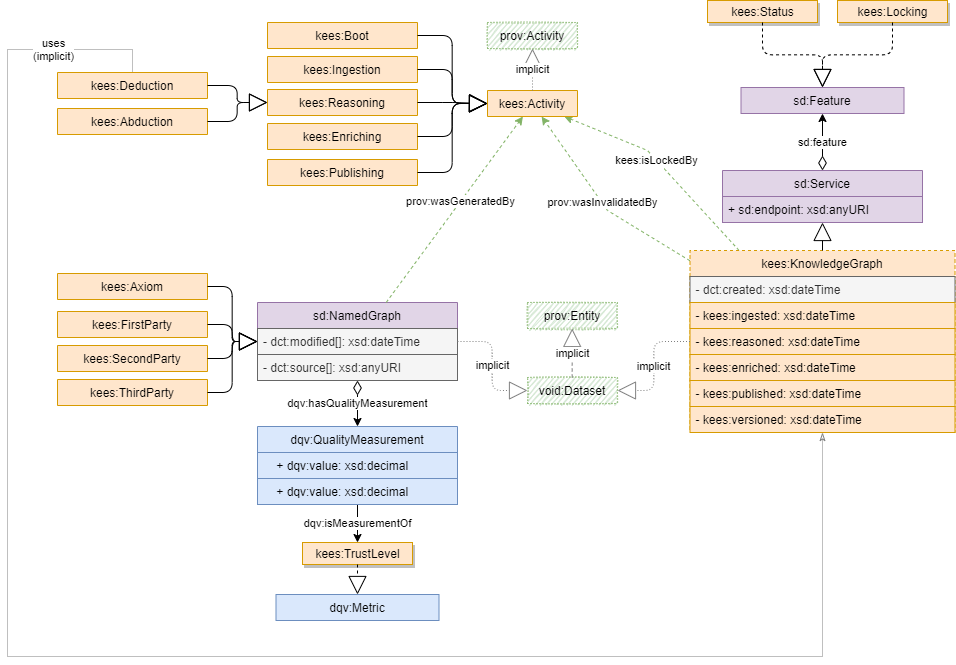
Above: v1/images/uml.png in linkeddatacenter/kees (draw.io), before the change. Source tidied: cells renumbered, new cells last; positions are measured from the earlier drawing's top-left corner, leaving out a move shared by most shapes.
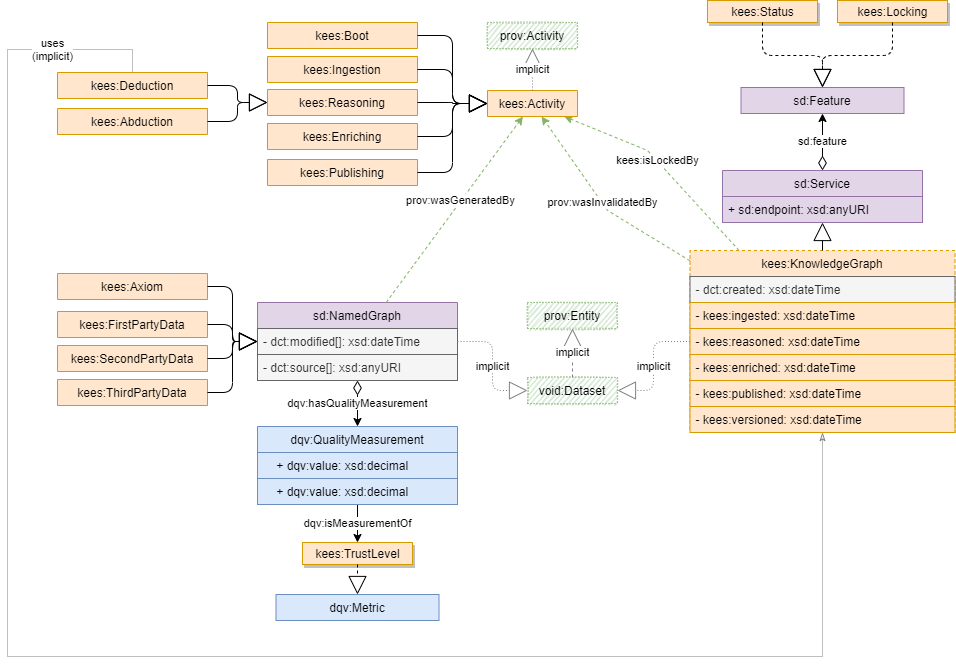
Above is the later version.

The edit, as a diff of the source:
```diff
@@ -167,13 +167,13 @@
     <mxCell id="51" value="void:Dataset" style="swimlane;fontStyle=0;horizontal=1;startSize=26;labelBackgroundColor=none;fillColor=#d5e8d4;strokeColor=#82b366;sketch=1;dashed=1;dashPattern=1 2;" parent="1" vertex="1" collapsed="1">
       <mxGeometry x="520" y="377" width="90" height="26" as="geometry" />
     </mxCell>
-    <mxCell id="52" value="kees:FirstParty" style="swimlane;fontStyle=0;horizontal=1;startSize=26;fillColor=#ffe6cc;strokeColor=#d79b00;labelBackgroundColor=none;" parent="1" vertex="1" collapsed="1">
+    <mxCell id="52" value="kees:FirstPartyData" style="swimlane;fontStyle=0;horizontal=1;startSize=26;fillColor=#ffe6cc;strokeColor=#d79b00;labelBackgroundColor=none;" parent="1" vertex="1" collapsed="1">
       <mxGeometry x="50" y="311" width="150" height="26" as="geometry" />
     </mxCell>
-    <mxCell id="53" value="kees:SecondParty" style="swimlane;fontStyle=0;horizontal=1;startSize=26;fillColor=#ffe6cc;strokeColor=#d79b00;labelBackgroundColor=none;" parent="1" vertex="1" collapsed="1">
+    <mxCell id="53" value="kees:SecondPartyData" style="swimlane;fontStyle=0;horizontal=1;startSize=26;fillColor=#ffe6cc;strokeColor=#d79b00;labelBackgroundColor=none;" parent="1" vertex="1" collapsed="1">
       <mxGeometry x="50" y="345" width="150" height="26" as="geometry" />
     </mxCell>
-    <mxCell id="54" value="kees:ThirdParty" style="swimlane;fontStyle=0;horizontal=1;startSize=26;fillColor=#ffe6cc;strokeColor=#d79b00;labelBackgroundColor=none;" parent="1" vertex="1" collapsed="1">
+    <mxCell id="54" value="kees:ThirdPartyData" style="swimlane;fontStyle=0;horizontal=1;startSize=26;fillColor=#ffe6cc;strokeColor=#d79b00;labelBackgroundColor=none;" parent="1" vertex="1" collapsed="1">
       <mxGeometry x="50" y="379" width="150" height="26" as="geometry" />
     </mxCell>
     <mxCell id="55" style="endArrow=block;endSize=16;endFill=0;html=1;edgeStyle=elbowEdgeStyle;" parent="1" edge="1" source="52" target="33">
```
